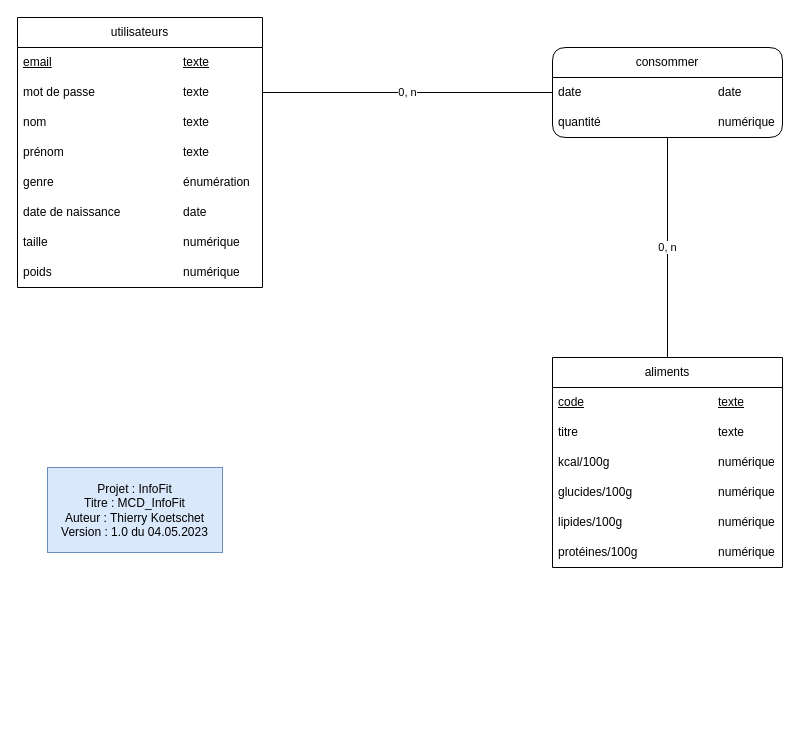
This is MCD_InfoFit.drawio from ThierryKoetschet/TPI_Thierry_Koetschet, a draw.io file, before an edit. Source tidied: cells renumbered, new cells numbered last; positions are measured from the earlier drawing's top-left corner, leaving out a move shared by most shapes. Both pictures are drawn from the tidied source at 100%, with x=0, y=0 at pixel (17, 17).
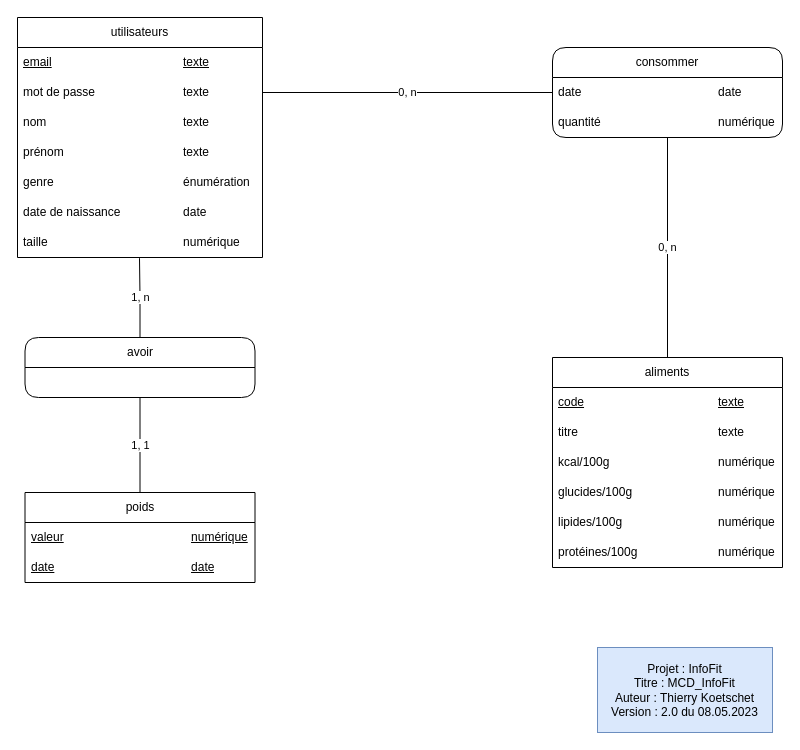
The same page after the edit.

Unchanged cells that the change refers to:
```xml
<mxCell id="16" value="taille&lt;span style=&quot;white-space: pre;&quot;&gt;&#9;&lt;/span&gt;&lt;span style=&quot;white-space: pre;&quot;&gt;&#9;&lt;/span&gt;&lt;span style=&quot;white-space: pre;&quot;&gt;&#9;&lt;/span&gt;&lt;span style=&quot;white-space: pre;&quot;&gt;&#9;&lt;/span&gt;&lt;span style=&quot;white-space: pre;&quot;&gt;&#9;&lt;/span&gt;&lt;span style=&quot;white-space: pre;&quot;&gt;&#9;&lt;/span&gt;numérique" style="text;strokeColor=none;fillColor=none;align=left;verticalAlign=middle;spacingLeft=4;spacingRight=4;overflow=hidden;points=[[0,0.5],[1,0.5]];portConstraint=eastwest;whiteSpace=wrap;html=1;fontStyle=0;" parent="9" vertex="1">
  <mxGeometry y="210" width="245" height="30" as="geometry" />
</mxCell>
```

Diff of the diagram source:
```diff
@@
     <mxCell id="9" value="utilisateurs" style="swimlane;fontStyle=0;horizontal=1;startSize=30;whiteSpace=wrap;html=1;" parent="1" vertex="1">
-      <mxGeometry width="245" height="270" as="geometry" />
+      <mxGeometry width="245" height="240" as="geometry" />
     </mxCell>
@@
-    <mxCell id="17" value="poids&lt;span style=&quot;white-space: pre;&quot;&gt;&#9;&lt;/span&gt;&lt;span style=&quot;white-space: pre;&quot;&gt;&#9;&lt;/span&gt;&lt;span style=&quot;white-space: pre;&quot;&gt;&#9;&lt;/span&gt;&lt;span style=&quot;white-space: pre;&quot;&gt;&#9;&lt;/span&gt;&lt;span style=&quot;white-space: pre;&quot;&gt;&#9;&lt;/span&gt;numérique" style="text;strokeColor=none;fillColor=none;align=left;verticalAlign=middle;spacingLeft=4;spacingRight=4;overflow=hidden;whiteSpace=wrap;html=1;fontStyle=0;" parent="9" vertex="1">
-      <mxGeometry y="240" width="245" height="30" as="geometry" />
-    </mxCell>
-    <mxCell id="18" value="Projet : InfoFit&lt;br&gt;Titre : MCD_InfoFit&lt;br&gt;Auteur : Thierry Koetschet&lt;br&gt;Version : 1.0 du 04.05.2023" style="rounded=0;whiteSpace=wrap;html=1;fillColor=#dae8fc;strokeColor=#6c8ebf;" parent="1" vertex="1">
-      <mxGeometry x="30" y="450" width="175" height="85" as="geometry" />
+    <mxCell id="18" value="Projet : InfoFit&lt;br&gt;Titre : MCD_InfoFit&lt;br&gt;Auteur : Thierry Koetschet&lt;br&gt;Version : 2.0 du 08.05.2023" style="rounded=0;whiteSpace=wrap;html=1;fillColor=#dae8fc;strokeColor=#6c8ebf;" parent="1" vertex="1">
+      <mxGeometry x="580" y="630" width="175" height="85" as="geometry" />
     </mxCell>
@@
+    <mxCell id="24" value="poids" style="swimlane;fontStyle=0;horizontal=1;startSize=30;whiteSpace=wrap;html=1;" parent="1" vertex="1">
+      <mxGeometry x="7.5" y="475" width="230" height="90" as="geometry" />
+    </mxCell>
+    <mxCell id="25" value="valeur&lt;span style=&quot;white-space: pre;&quot;&gt;&#9;&lt;/span&gt;&lt;span style=&quot;white-space: pre;&quot;&gt;&#9;&lt;/span&gt;&lt;span style=&quot;white-space: pre;&quot;&gt;&#9;&lt;/span&gt;&lt;span style=&quot;white-space: pre;&quot;&gt;&#9;&lt;/span&gt;&lt;span style=&quot;white-space: pre;&quot;&gt;&#9;&lt;/span&gt;numérique" style="text;strokeColor=none;fillColor=none;align=left;verticalAlign=middle;spacingLeft=4;spacingRight=4;overflow=hidden;whiteSpace=wrap;html=1;fontStyle=4;" parent="24" vertex="1">
+      <mxGeometry y="30" width="230" height="30" as="geometry" />
+    </mxCell>
+    <mxCell id="26" value="date&lt;span style=&quot;white-space: pre;&quot;&gt;&#9;&lt;/span&gt;&lt;span style=&quot;white-space: pre;&quot;&gt;&#9;&lt;/span&gt;&lt;span style=&quot;white-space: pre;&quot;&gt;&#9;&lt;/span&gt;&lt;span style=&quot;white-space: pre;&quot;&gt;&#9;&lt;/span&gt;&lt;span style=&quot;white-space: pre;&quot;&gt;&#9;&lt;/span&gt;&lt;span style=&quot;white-space: pre;&quot;&gt;&#9;&lt;/span&gt;date" style="text;strokeColor=none;fillColor=none;align=left;verticalAlign=middle;spacingLeft=4;spacingRight=4;overflow=hidden;whiteSpace=wrap;html=1;fontStyle=4;" parent="24" vertex="1">
+      <mxGeometry y="60" width="230" height="30" as="geometry" />
+    </mxCell>
+    <mxCell id="27" value="1, n" style="edgeStyle=orthogonalEdgeStyle;rounded=0;jettySize=auto;html=1;exitX=0.5;exitY=0;exitDx=0;exitDy=0;entryX=0.498;entryY=1.023;entryDx=0;entryDy=0;endArrow=none;endFill=0;entryPerimeter=0;" parent="1" edge="1" source="29" target="16">
+      <mxGeometry relative="1" as="geometry" />
+    </mxCell>
+    <mxCell id="28" value="1, 1" style="edgeStyle=orthogonalEdgeStyle;rounded=0;jettySize=auto;html=1;exitX=0.5;exitY=1;exitDx=0;exitDy=0;endArrow=none;endFill=0;entryX=0.5;entryY=0;entryDx=0;entryDy=0;" parent="1" edge="1" source="29" target="24">
+      <mxGeometry relative="1" as="geometry" />
+    </mxCell>
+    <mxCell id="29" value="avoir" style="swimlane;fontStyle=0;horizontal=1;startSize=30;whiteSpace=wrap;html=1;rounded=1;" parent="1" vertex="1">
+      <mxGeometry x="7.5" y="320" width="230" height="60" as="geometry" />
+    </mxCell>
```
